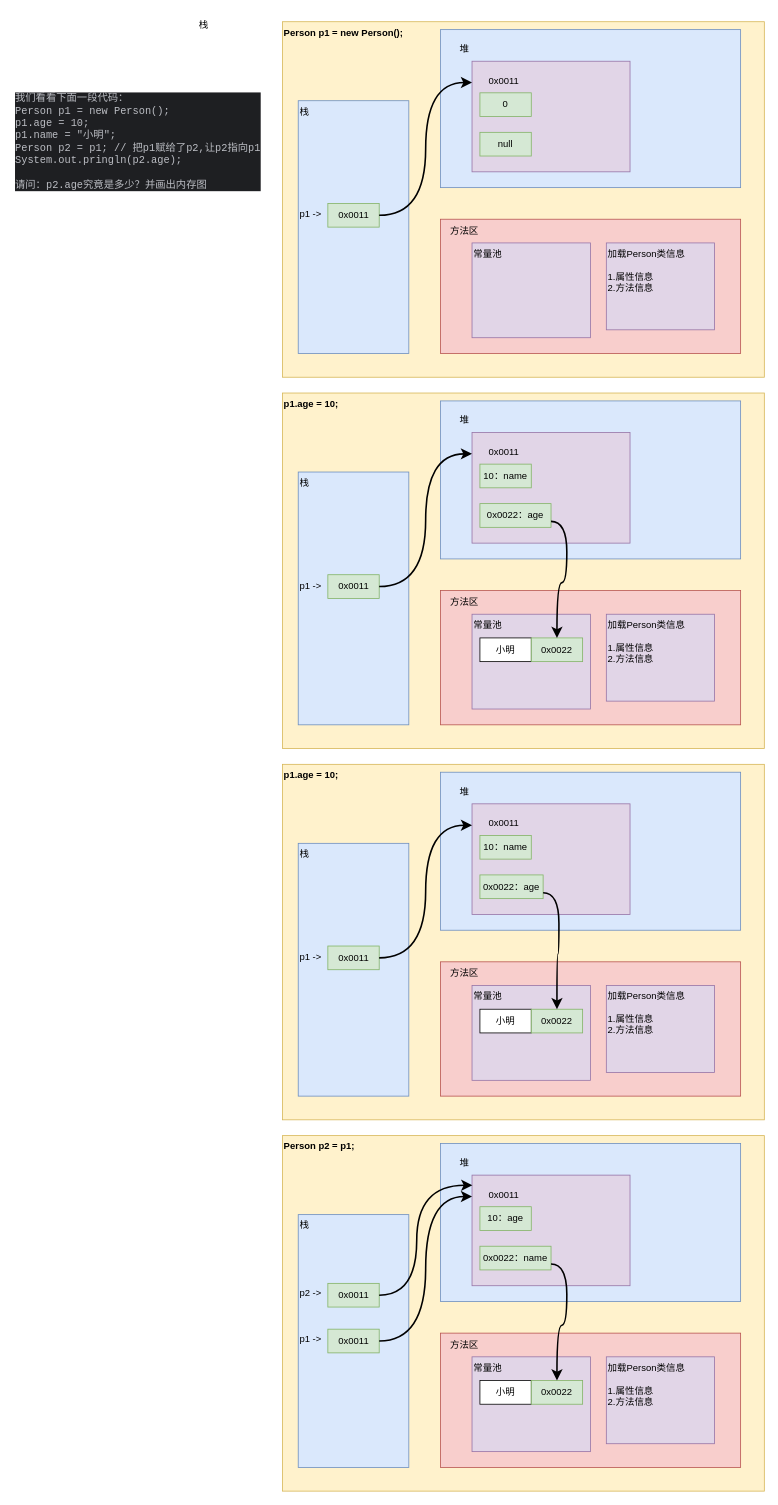
Before: chapter7/类和对象的内存分配机制.drawio in muxin-4/hspJava, a draw.io diagram. Source tidied: cells renumbered, new cells numbered last; positions are measured from the earlier drawing's top-left corner, leaving out a move shared by most shapes. Both pictures are drawn from the tidied source at 79%, with x=0, y=0 at pixel (13, 13).
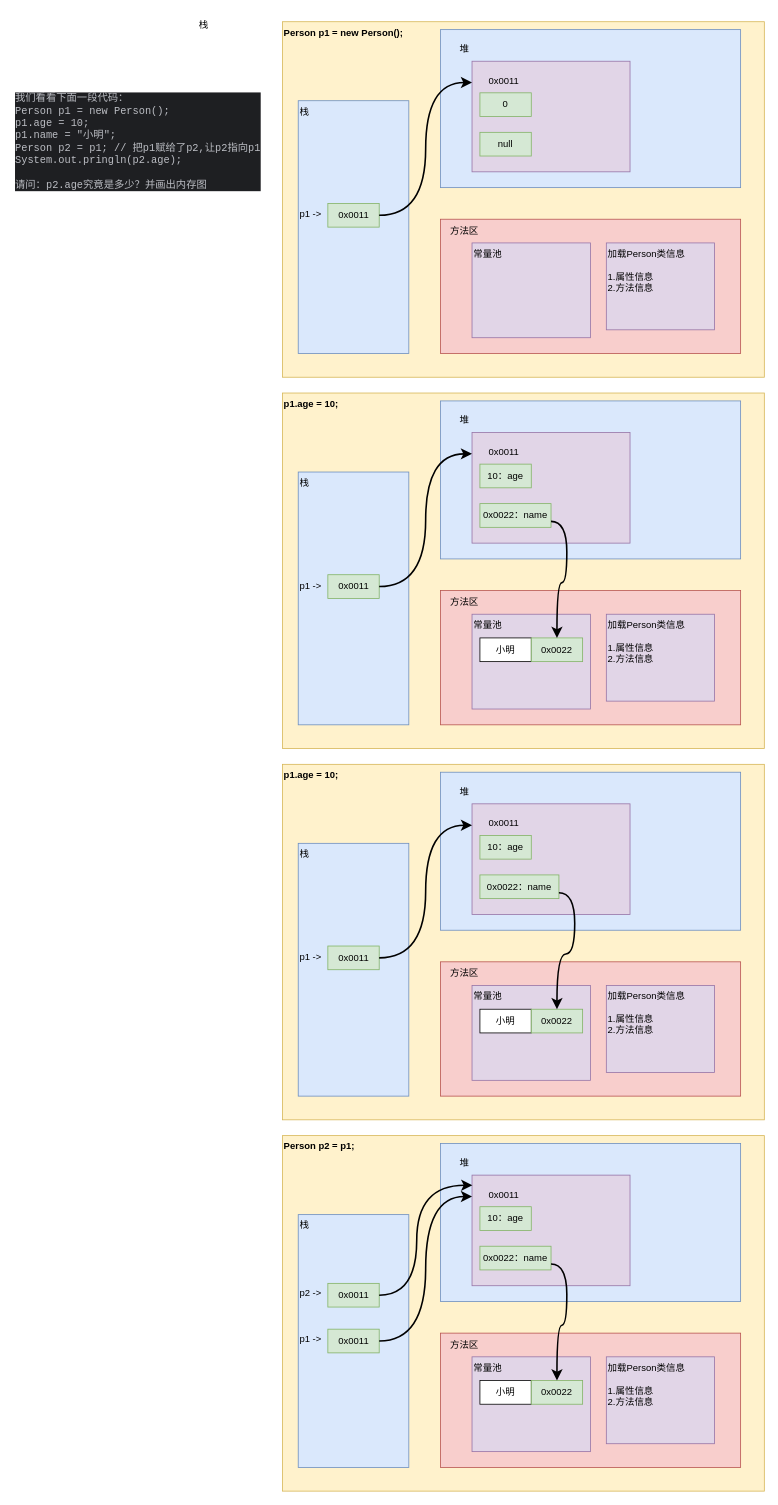
The same page after the edit.

Commit message:
更新类和对象的内存分配机制.drawio

What changed in the source:
```diff
@@
-    <mxCell id="27" value="10：name" style="rounded=0;whiteSpace=wrap;html=1;fillColor=#d5e8d4;strokeColor=#82b366;" parent="1" vertex="1">
+    <mxCell id="27" value="10：age" style="rounded=0;whiteSpace=wrap;html=1;fillColor=#d5e8d4;strokeColor=#82b366;" parent="1" vertex="1">
       <mxGeometry x="590" y="570" width="65" height="30" as="geometry" />
     </mxCell>
-    <mxCell id="28" value="0x0022：age" style="rounded=0;whiteSpace=wrap;html=1;fillColor=#d5e8d4;strokeColor=#82b366;" parent="1" vertex="1">
+    <mxCell id="28" value="0x0022：name" style="rounded=0;whiteSpace=wrap;html=1;fillColor=#d5e8d4;strokeColor=#82b366;" parent="1" vertex="1">
       <mxGeometry x="590" y="620" width="90" height="30" as="geometry" />
     </mxCell>
@@
-    <mxCell id="44" value="10：name" style="rounded=0;whiteSpace=wrap;html=1;fillColor=#d5e8d4;strokeColor=#82b366;" parent="1" vertex="1">
+    <mxCell id="44" value="10：age" style="rounded=0;whiteSpace=wrap;html=1;fillColor=#d5e8d4;strokeColor=#82b366;" parent="1" vertex="1">
       <mxGeometry x="590" y="1040" width="65" height="30" as="geometry" />
     </mxCell>
-    <mxCell id="45" value="0x0022：age" style="rounded=0;whiteSpace=wrap;html=1;fillColor=#d5e8d4;strokeColor=#82b366;" parent="1" vertex="1">
-      <mxGeometry x="590" y="1090" width="80" height="30" as="geometry" />
+    <mxCell id="45" value="0x0022：name" style="rounded=0;whiteSpace=wrap;html=1;fillColor=#d5e8d4;strokeColor=#82b366;" parent="1" vertex="1">
+      <mxGeometry x="590" y="1090" width="100" height="30" as="geometry" />
     </mxCell>
```
